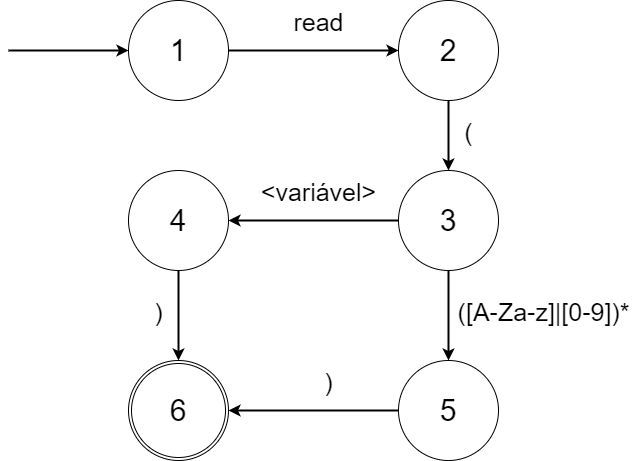
Earlier version of the draw.io export imagens/automato_read.png (MLS13/unifei-compiladores). Source tidied: cells renumbered, new cells last; positions are measured from the earlier drawing's top-left corner, leaving out a move shared by most shapes. Source of this version:
```xml
<mxGraphModel>
  <root>
    <mxCell id="0" />
    <mxCell id="1" parent="0" />
    <mxCell id="2" value="&lt;font style=&quot;font-size: 30px&quot;&gt;6&lt;br&gt;&lt;/font&gt;" style="ellipse;shape=doubleEllipse;margin=3;whiteSpace=wrap;html=1;align=center;" parent="1" vertex="1">
      <mxGeometry x="120" y="360" width="100" height="100" as="geometry" />
    </mxCell>
    <mxCell id="3" style="edgeStyle=orthogonalEdgeStyle;curved=1;jettySize=auto;html=1;exitX=1;exitY=0.5;exitDx=0;exitDy=0;entryX=0;entryY=0.5;entryDx=0;entryDy=0;fontSize=30;strokeWidth=2;" parent="1" edge="1" source="4" target="7">
      <mxGeometry relative="1" as="geometry" />
    </mxCell>
    <mxCell id="4" value="&lt;font style=&quot;font-size: 30px&quot;&gt;1&lt;/font&gt;" style="ellipse;whiteSpace=wrap;html=1;align=center;" parent="1" vertex="1">
      <mxGeometry x="120" width="100" height="100" as="geometry" />
    </mxCell>
    <mxCell id="5" style="endArrow=classic;html=1;rounded=1;fontSize=30;entryX=0;entryY=0.5;entryDx=0;entryDy=0;strokeWidth=2;" parent="1" edge="1" target="4">
      <mxGeometry relative="1" as="geometry">
        <mxPoint y="50" as="sourcePoint" />
      </mxGeometry>
    </mxCell>
    <mxCell id="6" style="edgeStyle=orthogonalEdgeStyle;curved=1;jettySize=auto;html=1;entryX=0.5;entryY=0;entryDx=0;entryDy=0;fontSize=22;strokeWidth=2;" parent="1" edge="1" source="7" target="12">
      <mxGeometry relative="1" as="geometry" />
    </mxCell>
    <mxCell id="7" value="&lt;font style=&quot;font-size: 30px&quot;&gt;2&lt;/font&gt;" style="ellipse;whiteSpace=wrap;html=1;align=center;" parent="1" vertex="1">
      <mxGeometry x="390" width="100" height="100" as="geometry" />
    </mxCell>
    <mxCell id="8" value="&lt;font style=&quot;font-size: 25px&quot;&gt;read&lt;/font&gt;" style="text;html=1;align=center;verticalAlign=middle;strokeColor=none;fillColor=none;fontSize=30;" parent="1" vertex="1">
      <mxGeometry x="275" width="70" height="40" as="geometry" />
    </mxCell>
    <mxCell id="9" value="&lt;font style=&quot;font-size: 25px&quot;&gt;(&lt;/font&gt;" style="text;html=1;align=center;verticalAlign=middle;strokeColor=none;fillColor=none;fontSize=30;" parent="1" vertex="1">
      <mxGeometry x="450" y="110" width="20" height="40" as="geometry" />
    </mxCell>
    <mxCell id="10" style="edgeStyle=orthogonalEdgeStyle;curved=1;jettySize=auto;html=1;exitX=0;exitY=0.5;exitDx=0;exitDy=0;entryX=1;entryY=0.5;entryDx=0;entryDy=0;fontSize=25;strokeWidth=2;" parent="1" edge="1" source="12" target="15">
      <mxGeometry relative="1" as="geometry" />
    </mxCell>
    <mxCell id="11" style="edgeStyle=orthogonalEdgeStyle;curved=1;jettySize=auto;html=1;exitX=0.5;exitY=1;exitDx=0;exitDy=0;entryX=0.5;entryY=0;entryDx=0;entryDy=0;fontSize=22;strokeWidth=2;" parent="1" edge="1" source="12" target="18">
      <mxGeometry relative="1" as="geometry" />
    </mxCell>
    <mxCell id="12" value="&lt;font style=&quot;font-size: 30px&quot;&gt;3&lt;/font&gt;" style="ellipse;whiteSpace=wrap;html=1;align=center;" parent="1" vertex="1">
      <mxGeometry x="390" y="170" width="100" height="100" as="geometry" />
    </mxCell>
    <mxCell id="13" value="&lt;font style=&quot;font-size: 25px&quot;&gt;)&lt;/font&gt;" style="text;html=1;align=center;verticalAlign=middle;strokeColor=none;fillColor=none;fontSize=30;" parent="1" vertex="1">
      <mxGeometry x="310" y="360" width="20" height="40" as="geometry" />
    </mxCell>
    <mxCell id="14" style="edgeStyle=orthogonalEdgeStyle;curved=1;jettySize=auto;html=1;entryX=0.5;entryY=0;entryDx=0;entryDy=0;fontSize=22;strokeWidth=2;" parent="1" edge="1" source="15" target="2">
      <mxGeometry relative="1" as="geometry" />
    </mxCell>
    <mxCell id="15" value="&lt;font style=&quot;font-size: 30px&quot;&gt;4&lt;/font&gt;" style="ellipse;whiteSpace=wrap;html=1;align=center;" parent="1" vertex="1">
      <mxGeometry x="120" y="170" width="100" height="100" as="geometry" />
    </mxCell>
    <mxCell id="16" value="&lt;font style=&quot;font-size: 25px&quot;&gt;&amp;lt;variável&amp;gt;&lt;/font&gt;" style="text;html=1;align=center;verticalAlign=middle;strokeColor=none;fillColor=none;fontSize=30;" parent="1" vertex="1">
      <mxGeometry x="245" y="170" width="130" height="40" as="geometry" />
    </mxCell>
    <mxCell id="17" style="edgeStyle=orthogonalEdgeStyle;curved=1;jettySize=auto;html=1;entryX=1;entryY=0.5;entryDx=0;entryDy=0;fontSize=22;strokeWidth=2;" parent="1" edge="1" source="18" target="2">
      <mxGeometry relative="1" as="geometry" />
    </mxCell>
    <mxCell id="18" value="&lt;font style=&quot;font-size: 30px&quot;&gt;5&lt;/font&gt;" style="ellipse;whiteSpace=wrap;html=1;align=center;" parent="1" vertex="1">
      <mxGeometry x="390" y="360" width="100" height="100" as="geometry" />
    </mxCell>
    <mxCell id="19" value="&lt;font style=&quot;font-size: 25px&quot;&gt;)&lt;/font&gt;" style="text;html=1;align=center;verticalAlign=middle;strokeColor=none;fillColor=none;fontSize=30;" parent="1" vertex="1">
      <mxGeometry x="140" y="290" width="20" height="40" as="geometry" />
    </mxCell>
    <mxCell id="20" value="&lt;span style=&quot;font-size: 25px&quot;&gt;([A-Za-z]|[0-9])*&lt;/span&gt;" style="text;html=1;align=center;verticalAlign=middle;strokeColor=none;fillColor=none;fontSize=30;" parent="1" vertex="1">
      <mxGeometry x="440" y="290" width="190" height="40" as="geometry" />
    </mxCell>
  </root>
</mxGraphModel>
```
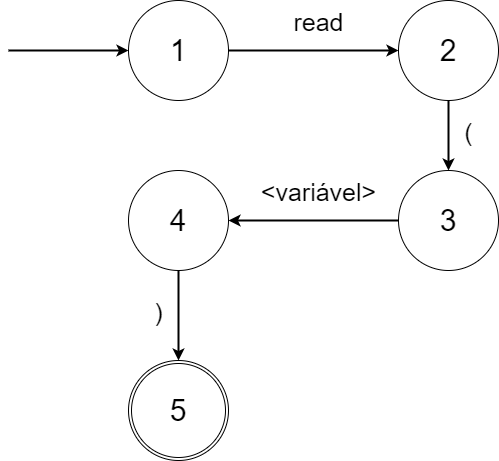
The same file after the commit.

The edit, as a diff of the source:
```diff
@@ -2,7 +2,7 @@
   <root>
     <mxCell id="0" />
     <mxCell id="1" parent="0" />
-    <mxCell id="2" value="&lt;font style=&quot;font-size: 30px&quot;&gt;6&lt;br&gt;&lt;/font&gt;" style="ellipse;shape=doubleEllipse;margin=3;whiteSpace=wrap;html=1;align=center;" parent="1" vertex="1">
+    <mxCell id="2" value="&lt;font style=&quot;font-size: 30px&quot;&gt;5&lt;br&gt;&lt;/font&gt;" style="ellipse;shape=doubleEllipse;margin=3;whiteSpace=wrap;html=1;align=center;" parent="1" vertex="1">
       <mxGeometry x="120" y="360" width="100" height="100" as="geometry" />
     </mxCell>
     <mxCell id="3" style="edgeStyle=orthogonalEdgeStyle;curved=1;jettySize=auto;html=1;exitX=1;exitY=0.5;exitDx=0;exitDy=0;entryX=0;entryY=0.5;entryDx=0;entryDy=0;fontSize=30;strokeWidth=2;" parent="1" edge="1" source="4" target="7">
@@ -31,15 +31,9 @@
     <mxCell id="10" style="edgeStyle=orthogonalEdgeStyle;curved=1;jettySize=auto;html=1;exitX=0;exitY=0.5;exitDx=0;exitDy=0;entryX=1;entryY=0.5;entryDx=0;entryDy=0;fontSize=25;strokeWidth=2;" parent="1" edge="1" source="12" target="15">
       <mxGeometry relative="1" as="geometry" />
     </mxCell>
-    <mxCell id="11" style="edgeStyle=orthogonalEdgeStyle;curved=1;jettySize=auto;html=1;exitX=0.5;exitY=1;exitDx=0;exitDy=0;entryX=0.5;entryY=0;entryDx=0;entryDy=0;fontSize=22;strokeWidth=2;" parent="1" edge="1" source="12" target="18">
-      <mxGeometry relative="1" as="geometry" />
-    </mxCell>
     <mxCell id="12" value="&lt;font style=&quot;font-size: 30px&quot;&gt;3&lt;/font&gt;" style="ellipse;whiteSpace=wrap;html=1;align=center;" parent="1" vertex="1">
       <mxGeometry x="390" y="170" width="100" height="100" as="geometry" />
     </mxCell>
-    <mxCell id="13" value="&lt;font style=&quot;font-size: 25px&quot;&gt;)&lt;/font&gt;" style="text;html=1;align=center;verticalAlign=middle;strokeColor=none;fillColor=none;fontSize=30;" parent="1" vertex="1">
-      <mxGeometry x="310" y="360" width="20" height="40" as="geometry" />
-    </mxCell>
     <mxCell id="14" style="edgeStyle=orthogonalEdgeStyle;curved=1;jettySize=auto;html=1;entryX=0.5;entryY=0;entryDx=0;entryDy=0;fontSize=22;strokeWidth=2;" parent="1" edge="1" source="15" target="2">
       <mxGeometry relative="1" as="geometry" />
     </mxCell>
@@ -49,17 +43,8 @@
     <mxCell id="16" value="&lt;font style=&quot;font-size: 25px&quot;&gt;&amp;lt;variável&amp;gt;&lt;/font&gt;" style="text;html=1;align=center;verticalAlign=middle;strokeColor=none;fillColor=none;fontSize=30;" parent="1" vertex="1">
       <mxGeometry x="245" y="170" width="130" height="40" as="geometry" />
     </mxCell>
-    <mxCell id="17" style="edgeStyle=orthogonalEdgeStyle;curved=1;jettySize=auto;html=1;entryX=1;entryY=0.5;entryDx=0;entryDy=0;fontSize=22;strokeWidth=2;" parent="1" edge="1" source="18" target="2">
-      <mxGeometry relative="1" as="geometry" />
-    </mxCell>
-    <mxCell id="18" value="&lt;font style=&quot;font-size: 30px&quot;&gt;5&lt;/font&gt;" style="ellipse;whiteSpace=wrap;html=1;align=center;" parent="1" vertex="1">
-      <mxGeometry x="390" y="360" width="100" height="100" as="geometry" />
-    </mxCell>
     <mxCell id="19" value="&lt;font style=&quot;font-size: 25px&quot;&gt;)&lt;/font&gt;" style="text;html=1;align=center;verticalAlign=middle;strokeColor=none;fillColor=none;fontSize=30;" parent="1" vertex="1">
       <mxGeometry x="140" y="290" width="20" height="40" as="geometry" />
     </mxCell>
-    <mxCell id="20" value="&lt;span style=&quot;font-size: 25px&quot;&gt;([A-Za-z]|[0-9])*&lt;/span&gt;" style="text;html=1;align=center;verticalAlign=middle;strokeColor=none;fillColor=none;fontSize=30;" parent="1" vertex="1">
-      <mxGeometry x="440" y="290" width="190" height="40" as="geometry" />
-    </mxCell>
   </root>
 </mxGraphModel>
```
